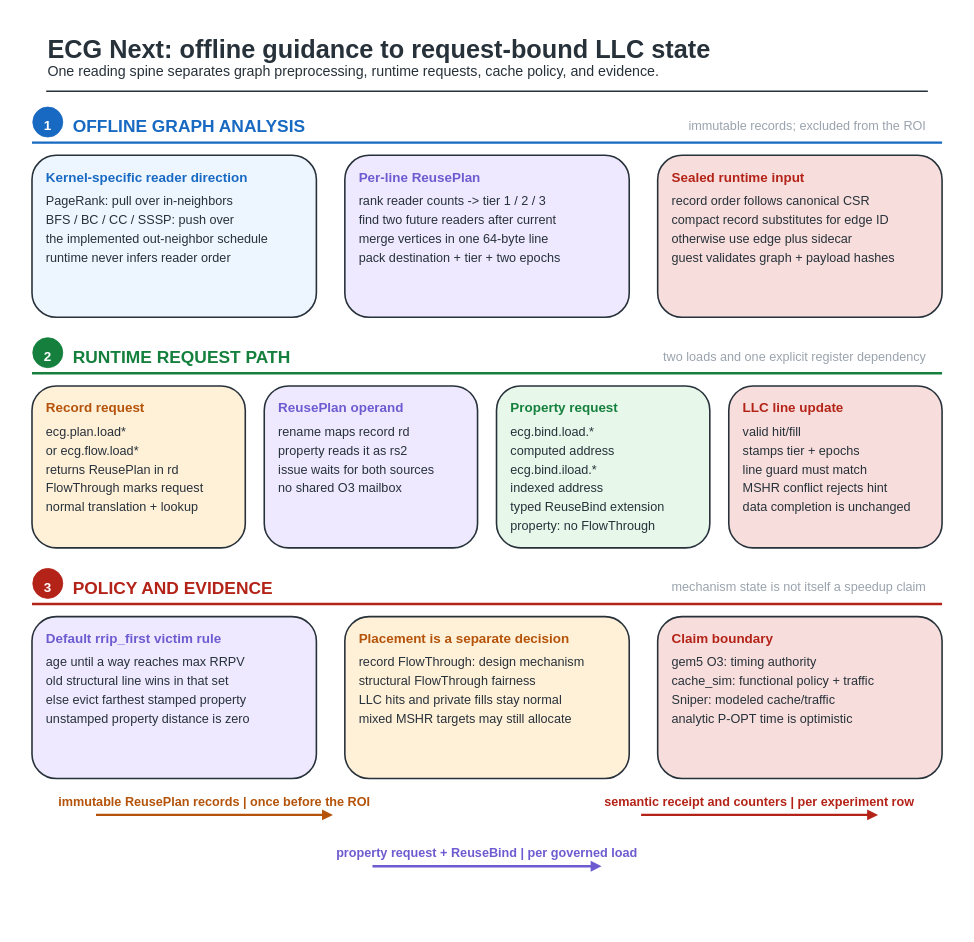
Above: fig/wiki_src/home/home-f01-system-overview.drawio in UVA-LavaLab/ECG_GrAPL (draw.io), before the change. Source tidied: cells renumbered, new cells numbered last; positions are measured from the earlier drawing's top-left corner, leaving out a move shared by most shapes. Both pictures are drawn from the tidied source at 79%, with x=0, y=0 at pixel (13, 13).
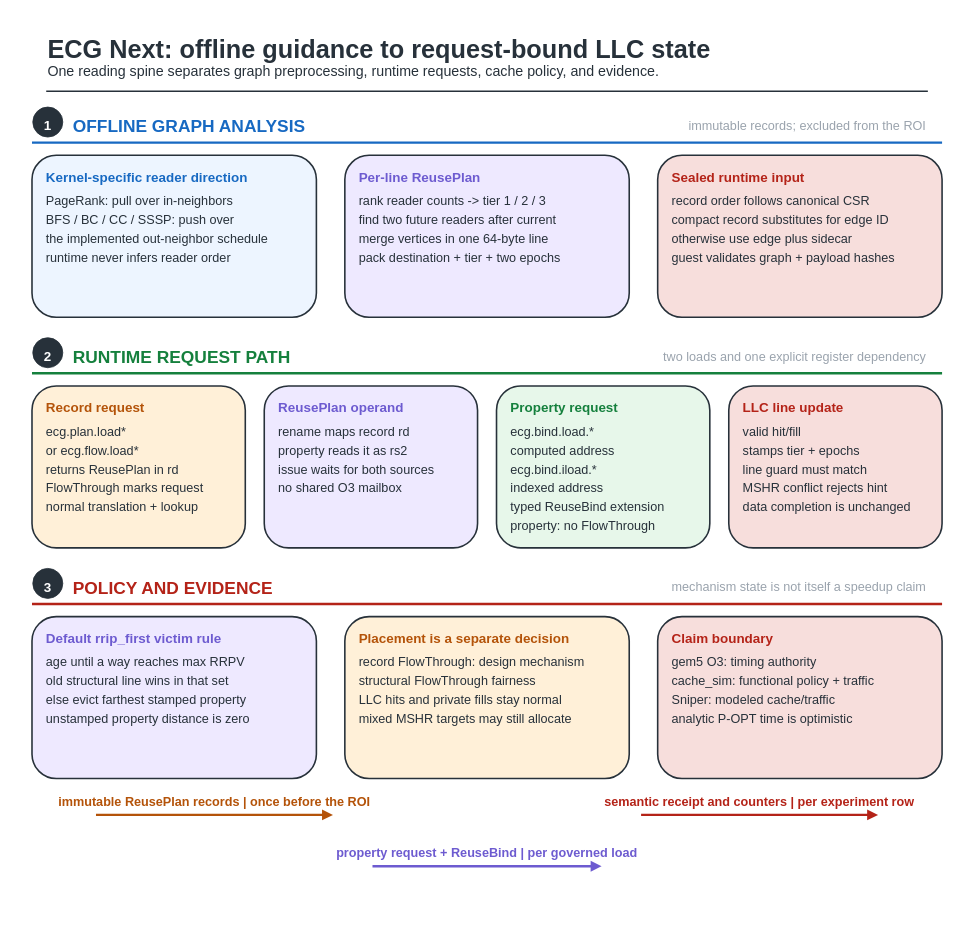
After the change.

The edit, as a diff of the source:
```diff
@@
-    <mxCell id="6" style="ellipse;html=0;fillColor=#1769C2;strokeColor=#1769C2;strokeWidth=1;" parent="1" vertex="1">
+    <mxCell id="6" style="ellipse;html=0;fillColor=#27313A;strokeColor=#27313A;strokeWidth=1;" parent="1" vertex="1">
       <mxGeometry x="25" y="119" width="38" height="38" as="geometry" />
     </mxCell>
@@
-    <mxCell id="29" style="ellipse;html=0;fillColor=#15803D;strokeColor=#15803D;strokeWidth=1;" parent="1" vertex="1">
+    <mxCell id="29" style="ellipse;html=0;fillColor=#27313A;strokeColor=#27313A;strokeWidth=1;" parent="1" vertex="1">
       <mxGeometry x="25" y="411" width="38" height="38" as="geometry" />
     </mxCell>
@@
-    <mxCell id="62" style="ellipse;html=0;fillColor=#B42318;strokeColor=#B42318;strokeWidth=1;" parent="1" vertex="1">
+    <mxCell id="62" style="ellipse;html=0;fillColor=#27313A;strokeColor=#27313A;strokeWidth=1;" parent="1" vertex="1">
       <mxGeometry x="25" y="703" width="38" height="38" as="geometry" />
     </mxCell>
```
